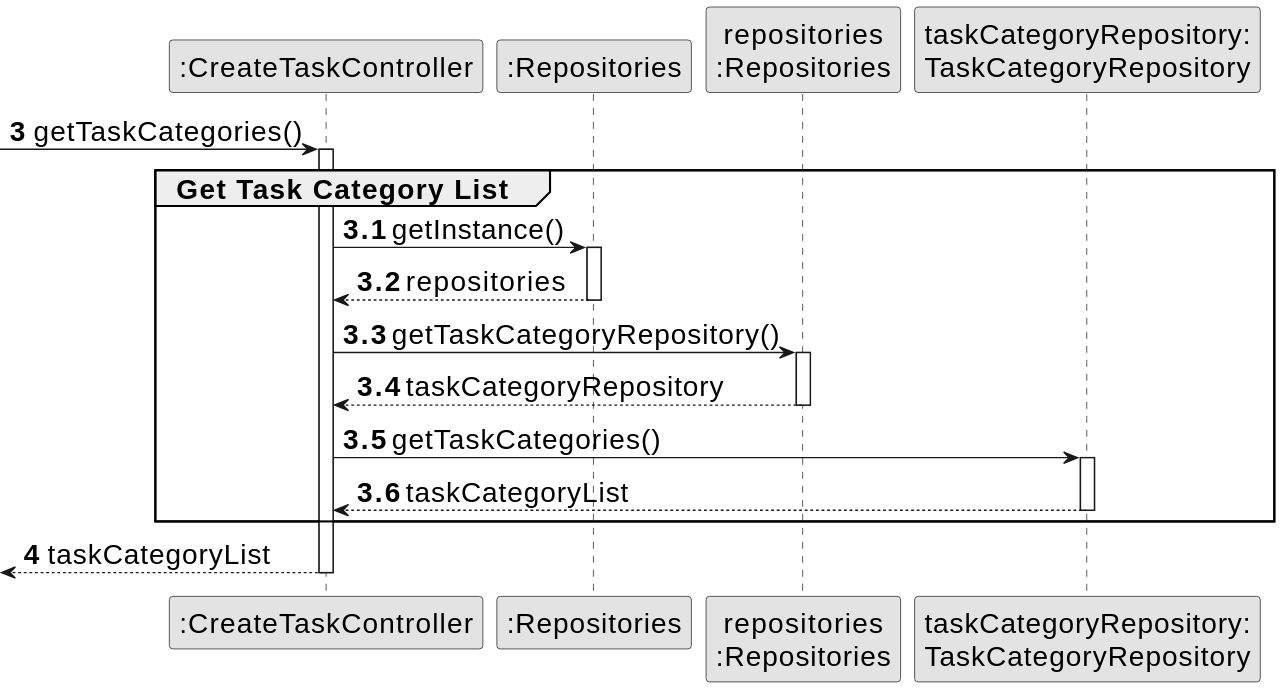
This is docs/sprintA&B&C/us023/03.design/svg/us023-sequence-diagram-partial-get-entry-dto-list.svg from daniel41silva05/ISEP_2023_2024_LAPR2, a PlantUML export, as it was before one commit.
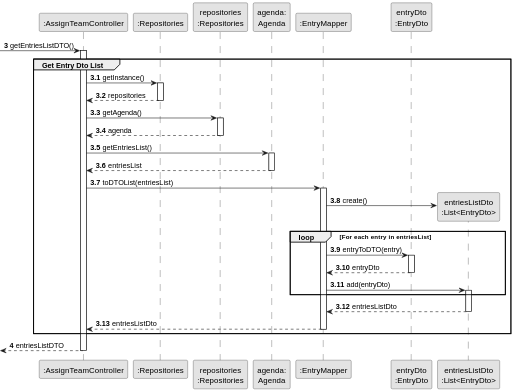
After the commit.

The edit, as a diff of the source:
```diff
@@ -1,5 +1,4 @@
 @startuml
-skinparamlocked defaultFontSize 20
 skinparam monochrome true
 skinparam packageStyle rectangle
 skinparam shadowing false
@@ -7,40 +6,65 @@
 autonumber
 
 
-participant ":CreateTaskController" as CTRL
-participant ":Repositories" as RepositorySingleton
-participant "repositories\n:Repositories" as PLAT
-participant "taskCategoryRepository:\nTaskCategoryRepository" as TaskCategoryRepository
+participant ":AssignTeamController" as CTRL
+participant ":Repositories" as REP
+participant "repositories\n:Repositories" as REPS
+participant "agenda:\nAgenda" as agenda
+participant ":EntryMapper" as entryMAPPER
+participant "entryDto\n:EntryDto" as entryDTO
+participant "entriesListDto\n:List<EntryDto>" as entriesListDTO
 
 autonumber 3
 
- -> CTRL : getTaskCategories()
+ -> CTRL : getEntriesListDTO()
 autonumber 3.1
 activate CTRL
-    group Get Task Category List
+    group Get Entry Dto List
 
+            CTRL -> REP : getInstance()
+            activate REP
 
-            CTRL -> RepositorySingleton : getInstance()
-            activate RepositorySingleton
+            REP --> CTRL: repositories
+            deactivate REP
 
-                RepositorySingleton --> CTRL: repositories
-            deactivate RepositorySingleton
+            CTRL -> REPS : getAgenda()
+            activate REPS
 
-            CTRL -> PLAT : getTaskCategoryRepository()
-            activate PLAT
+            REPS --> CTRL: agenda
+            deactivate REPS
 
-                PLAT --> CTRL: taskCategoryRepository
-            deactivate PLAT
+            CTRL -> agenda: getEntriesList()
+            activate agenda
 
-            CTRL -> TaskCategoryRepository : getTaskCategories()
-            activate TaskCategoryRepository
+            agenda --> CTRL : entriesList
+            deactivate agenda
 
-                TaskCategoryRepository --> CTRL : taskCategoryList
-            deactivate TaskCategoryRepository
+            CTRL -> entryMAPPER: toDTOList(entriesList)
+            activate entryMAPPER
 
+                entryMAPPER -> entriesListDTO** : create()
+
+                loop For each entry in entriesList
+
+                entryMAPPER -> entryDTO: entryToDTO(entry)
+                activate entryDTO
+
+                entryDTO --> entryMAPPER: entryDto
+                deactivate entryDTO
+
+                entryMAPPER -> entriesListDTO: add(entryDto)
+                activate entriesListDTO
+
+                end
+
+                entriesListDTO --> entryMAPPER: entriesListDto
+                deactivate entriesListDTO
+
+            entryMAPPER --> CTRL : entriesListDto
+            deactivate entryMAPPER
 
     end
     autonumber 4
-    <-- CTRL  : taskCategoryList
+    <-- CTRL  : entriesListDTO
 deactivate CTRL
 @enduml
```
